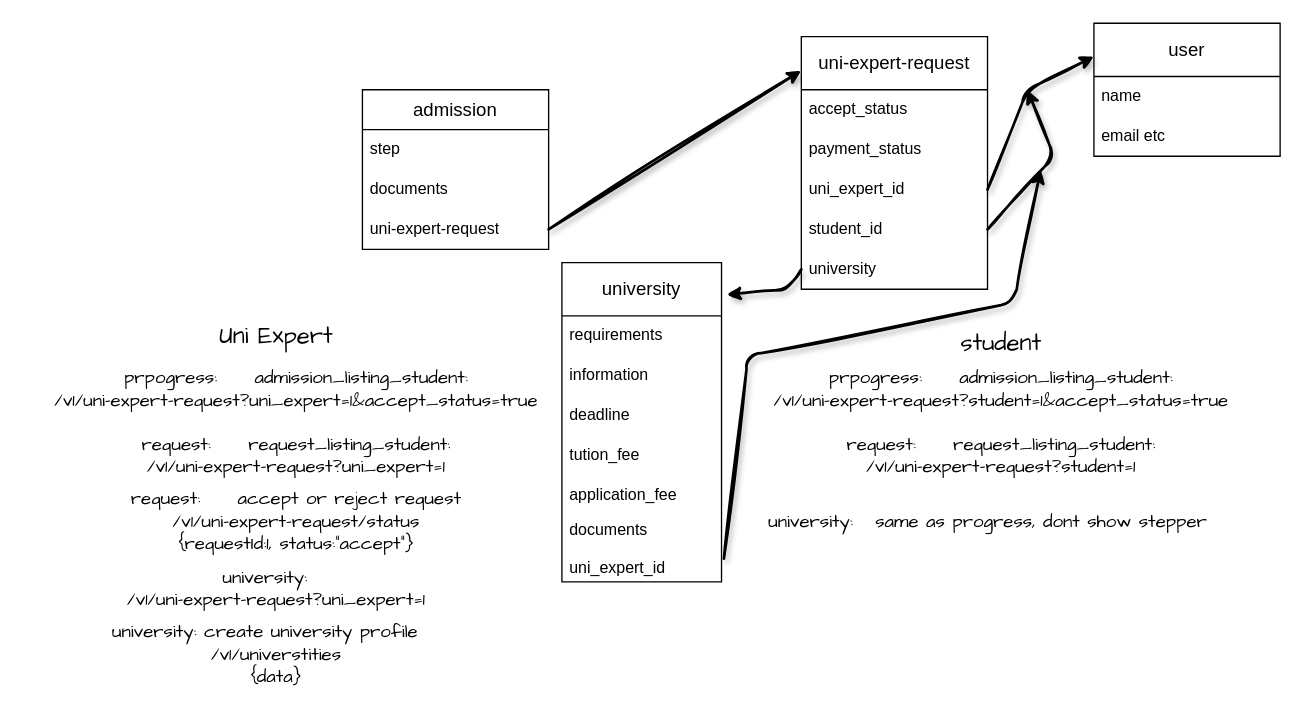
The draw.io diagram design.dio in dev-basit/migonest-api, before the edit. Source tidied: cells renumbered, new cells numbered last; positions are measured from the earlier drawing's top-left corner, leaving out a move shared by most shapes. Both pictures are drawn from the tidied source at 133%, with x=0, y=0 at pixel (23, 23).
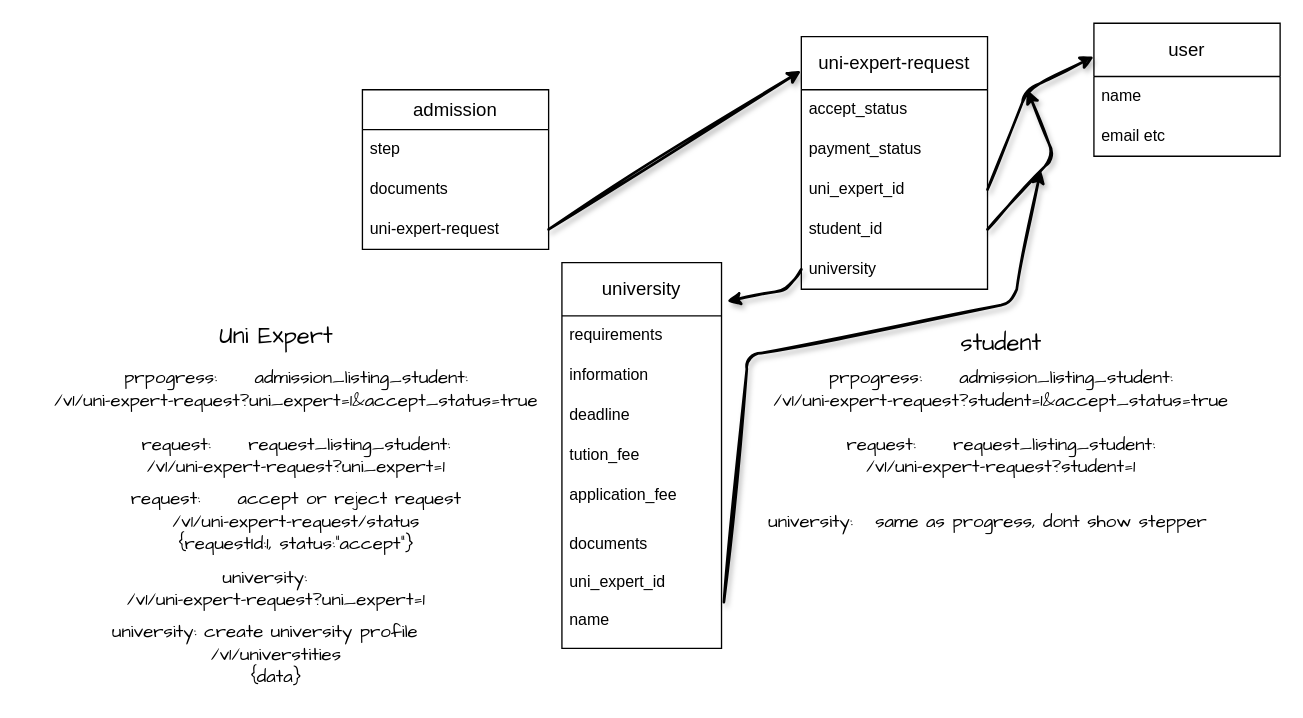
After the change.

Change to the diagram source:
```diff
@@
     <mxCell id="13" value="&lt;span style=&quot;font-size: 14px;&quot;&gt;university&lt;/span&gt;" style="swimlane;fontStyle=0;horizontal=1;startSize=40;whiteSpace=wrap;html=1;align=center;" parent="1" vertex="1">
-      <mxGeometry x="405" y="180" width="120" height="240" as="geometry" />
+      <mxGeometry x="405" y="180" width="120" height="290" as="geometry" />
     </mxCell>
@@
-    <mxCell id="19" value="documents&lt;br&gt;&lt;br&gt;uni_expert_id&lt;br&gt;" style="text;strokeColor=none;fillColor=none;align=left;verticalAlign=middle;spacingLeft=4;spacingRight=4;overflow=hidden;points=[[0,0.5],[1,0.5]];portConstraint=eastwest;whiteSpace=wrap;html=1;" parent="13" vertex="1">
-      <mxGeometry y="190" width="120" height="50" as="geometry" />
+    <mxCell id="19" value="documents&lt;br&gt;&lt;br&gt;uni_expert_id&lt;br&gt;&lt;br&gt;name" style="text;strokeColor=none;fillColor=none;align=left;verticalAlign=middle;spacingLeft=4;spacingRight=4;overflow=hidden;points=[[0,0.5],[1,0.5]];portConstraint=eastwest;whiteSpace=wrap;html=1;" parent="13" vertex="1">
+      <mxGeometry y="190" width="120" height="100" as="geometry" />
     </mxCell>
```
